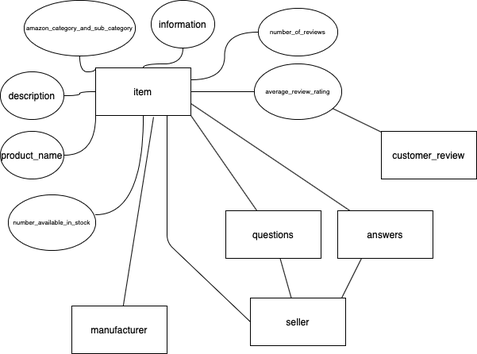
Before: Untitled Diagram.drawio.png, a diagram exported from draw.io (aefrt/database-theory). Source tidied: cells renumbered, new cells last; positions are measured from the earlier drawing's top-left corner, leaving out a move shared by most shapes.
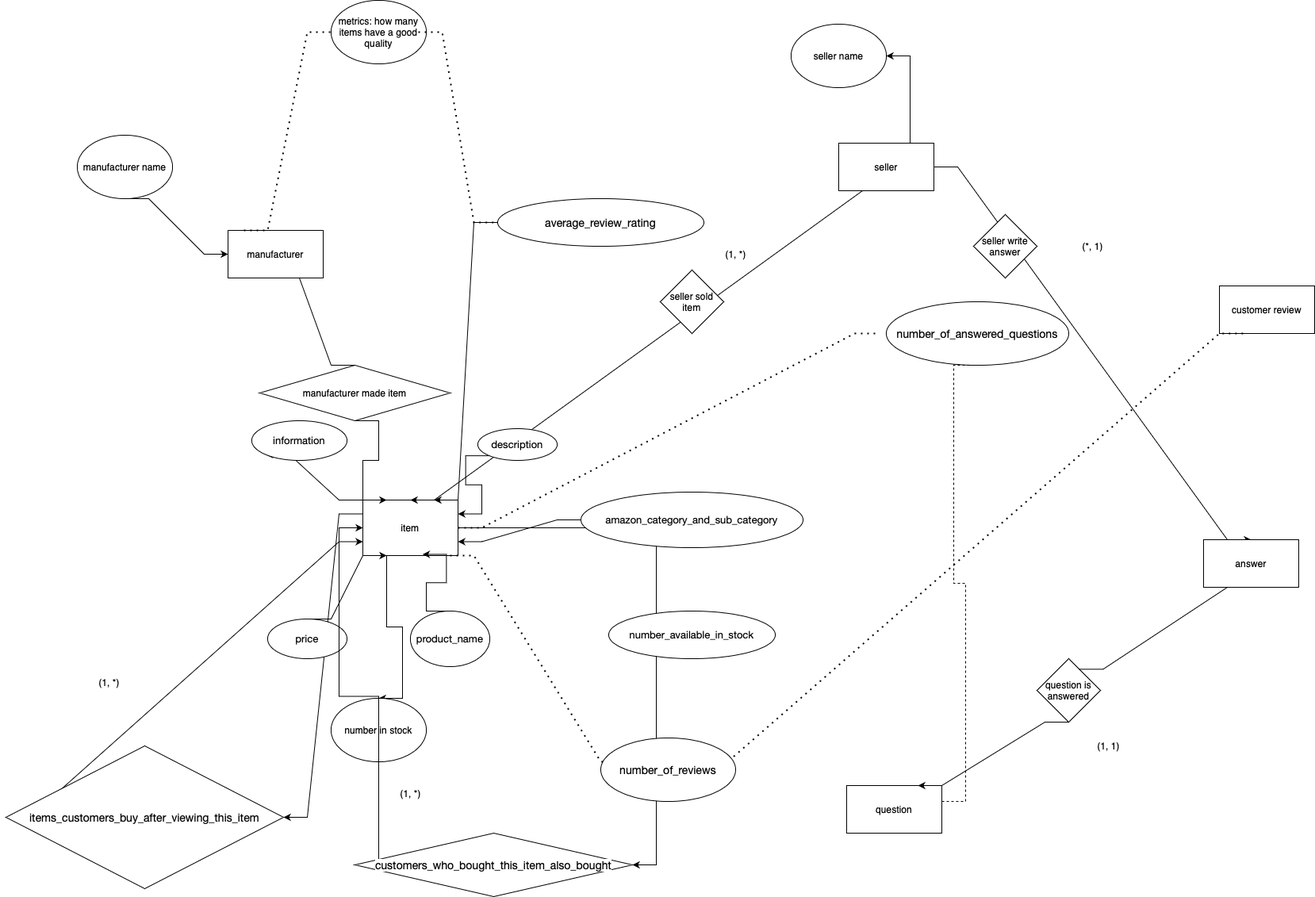
After the change.

Change to the diagram source:
```diff
@@ -2,94 +2,186 @@
   <root>
     <mxCell id="0" />
     <mxCell id="1" parent="0" />
+    <mxCell id="29" style="edgeStyle=entityRelationEdgeStyle;rounded=0;jettySize=auto;html=1;exitX=0;exitY=0;exitDx=0;exitDy=0;entryX=0;entryY=1;entryDx=0;entryDy=0;" parent="1" edge="1" source="2" target="11">
+      <mxGeometry relative="1" as="geometry" />
+    </mxCell>
+    <mxCell id="30" style="edgeStyle=entityRelationEdgeStyle;rounded=0;jettySize=auto;html=1;exitX=0.5;exitY=1;exitDx=0;exitDy=0;entryX=0.5;entryY=0;entryDx=0;entryDy=0;" parent="1" edge="1" source="2" target="44">
+      <mxGeometry relative="1" as="geometry" />
+    </mxCell>
+    <mxCell id="31" style="edgeStyle=entityRelationEdgeStyle;rounded=0;jettySize=auto;html=1;" parent="1" edge="1" source="2" target="51">
+      <mxGeometry relative="1" as="geometry" />
+    </mxCell>
+    <mxCell id="32" style="edgeStyle=entityRelationEdgeStyle;rounded=0;jettySize=auto;html=1;exitX=0;exitY=0.25;exitDx=0;exitDy=0;" parent="1" edge="1" source="2" target="57">
+      <mxGeometry relative="1" as="geometry" />
+    </mxCell>
     <mxCell id="2" value="item" style="rounded=0;whiteSpace=wrap;html=1;" parent="1" vertex="1">
-      <mxGeometry x="120" y="85" width="120" height="60" as="geometry" />
+      <mxGeometry x="170" y="555" width="120" height="70" as="geometry" />
     </mxCell>
-    <mxCell id="3" style="edgeStyle=none;jettySize=auto;html=1;fontSize=8;startArrow=none;startFill=0;endArrow=none;endFill=0;endSize=6;strokeWidth=1;entryX=0.608;entryY=1.033;entryDx=0;entryDy=0;entryPerimeter=0;" parent="1" edge="1" source="4" target="2">
-      <mxGeometry relative="1" as="geometry" />
-    </mxCell>
+    <mxCell id="33" style="edgeStyle=entityRelationEdgeStyle;rounded=0;jettySize=auto;html=1;exitX=0.5;exitY=1;exitDx=0;exitDy=0;entryX=0.25;entryY=0;entryDx=0;entryDy=0;startArrow=none;" parent="1" edge="1" source="42" target="2">
+      <mxGeometry relative="1" as="geometry" />
+    </mxCell>
     <mxCell id="4" value="manufacturer" style="rounded=0;whiteSpace=wrap;html=1;" parent="1" vertex="1">
-      <mxGeometry x="90" y="385" width="120" height="60" as="geometry" />
+      <mxGeometry y="215" width="120" height="60" as="geometry" />
     </mxCell>
-    <mxCell id="5" style="edgeStyle=none;jettySize=auto;html=1;fontSize=8;startArrow=none;startFill=0;endArrow=none;endFill=0;endSize=6;strokeWidth=1;entryX=0.75;entryY=1;entryDx=0;entryDy=0;exitX=0;exitY=0.5;exitDx=0;exitDy=0;" parent="1" edge="1" source="7" target="2">
-      <mxGeometry relative="1" as="geometry">
-        <Array as="points">
-          <mxPoint x="210" y="305" />
-        </Array>
-      </mxGeometry>
+    <mxCell id="5" style="edgeStyle=entityRelationEdgeStyle;rounded=0;jettySize=auto;html=1;exitX=0.5;exitY=1;exitDx=0;exitDy=0;entryX=0.5;entryY=0;entryDx=0;entryDy=0;" parent="1" edge="1" source="7" target="2">
+      <mxGeometry relative="1" as="geometry" />
     </mxCell>
-    <mxCell id="6" style="edgeStyle=none;jettySize=auto;html=1;fontSize=8;startArrow=none;startFill=0;endArrow=none;endFill=0;endSize=6;strokeWidth=1;" parent="1" edge="1" source="7" target="26">
-      <mxGeometry relative="1" as="geometry" />
-    </mxCell>
+    <mxCell id="34" style="edgeStyle=entityRelationEdgeStyle;rounded=0;jettySize=auto;html=1;exitX=1;exitY=0.5;exitDx=0;exitDy=0;entryX=0.5;entryY=0;entryDx=0;entryDy=0;" parent="1" edge="1" source="7" target="39">
+      <mxGeometry relative="1" as="geometry" />
+    </mxCell>
+    <mxCell id="35" style="edgeStyle=entityRelationEdgeStyle;rounded=0;jettySize=auto;html=1;exitX=0.5;exitY=0;exitDx=0;exitDy=0;" parent="1" edge="1" source="7" target="63">
+      <mxGeometry relative="1" as="geometry" />
+    </mxCell>
     <mxCell id="7" value="seller" style="rounded=0;whiteSpace=wrap;html=1;" parent="1" vertex="1">
-      <mxGeometry x="315" y="375" width="120" height="60" as="geometry" />
+      <mxGeometry x="770" y="105" width="120" height="60" as="geometry" />
     </mxCell>
+    <mxCell id="36" value="customer review" style="rounded=0;whiteSpace=wrap;html=1;" parent="1" vertex="1">
+      <mxGeometry x="1250" y="285" width="120" height="60" as="geometry" />
+    </mxCell>
+    <mxCell id="37" value="question" style="rounded=0;whiteSpace=wrap;html=1;" parent="1" vertex="1">
+      <mxGeometry x="780" y="915" width="120" height="60" as="geometry" />
+    </mxCell>
+    <mxCell id="38" style="edgeStyle=entityRelationEdgeStyle;rounded=0;jettySize=auto;html=1;exitX=0.5;exitY=1;exitDx=0;exitDy=0;entryX=0.75;entryY=0;entryDx=0;entryDy=0;startArrow=none;" parent="1" edge="1" source="53" target="37">
+      <mxGeometry relative="1" as="geometry" />
+    </mxCell>
+    <mxCell id="39" value="answer" style="rounded=0;whiteSpace=wrap;html=1;" parent="1" vertex="1">
+      <mxGeometry x="1230" y="605" width="120" height="60" as="geometry" />
+    </mxCell>
+    <mxCell id="15" style="edgeStyle=entityRelationEdgeStyle;rounded=0;jettySize=auto;html=1;exitX=0.5;exitY=0;exitDx=0;exitDy=0;entryX=0.628;entryY=0.978;entryDx=0;entryDy=0;entryPerimeter=0;" parent="1" edge="1" source="16" target="2">
+      <mxGeometry relative="1" as="geometry" />
+    </mxCell>
+    <mxCell id="16" value="&lt;p style=&quot;margin: 0px ; font-stretch: normal ; font-size: 13px ; line-height: normal ; font-family: &amp;#34;helvetica neue&amp;#34;&quot;&gt;product_name&lt;/p&gt;" style="ellipse;whiteSpace=wrap;html=1;" parent="1" vertex="1">
+      <mxGeometry x="230" y="695" width="100" height="70" as="geometry" />
+    </mxCell>
+    <mxCell id="40" style="edgeStyle=entityRelationEdgeStyle;rounded=0;jettySize=auto;html=1;exitX=0.5;exitY=0;exitDx=0;exitDy=0;entryX=0.25;entryY=1;entryDx=0;entryDy=0;" parent="1" edge="1" source="41" target="2">
+      <mxGeometry relative="1" as="geometry" />
+    </mxCell>
+    <mxCell id="41" value="&lt;p style=&quot;margin: 0.0px 0.0px 0.0px 0.0px ; font: 13.0px &amp;quot;helvetica neue&amp;quot;&quot;&gt;price&lt;/p&gt;" style="ellipse;whiteSpace=wrap;html=1;" parent="1" vertex="1">
+      <mxGeometry x="50" y="705" width="100" height="50" as="geometry" />
+    </mxCell>
+    <mxCell id="14" value="&lt;p style=&quot;margin: 0.0px 0.0px 0.0px 0.0px ; font: 13.0px &amp;quot;helvetica neue&amp;quot;&quot;&gt;number_available_in_stock&lt;/p&gt;" style="ellipse;whiteSpace=wrap;html=1;" parent="1" vertex="1">
+      <mxGeometry x="480" y="695" width="210" height="60" as="geometry" />
+    </mxCell>
+    <mxCell id="12" style="edgeStyle=entityRelationEdgeStyle;rounded=0;jettySize=auto;html=1;exitX=0;exitY=0.5;exitDx=0;exitDy=0;entryX=1;entryY=0.75;entryDx=0;entryDy=0;" parent="1" edge="1" source="13" target="2">
+      <mxGeometry relative="1" as="geometry" />
+    </mxCell>
+    <mxCell id="13" value="&lt;p style=&quot;margin: 0.0px 0.0px 0.0px 0.0px ; font: 13.0px &amp;quot;helvetica neue&amp;quot;&quot;&gt;amazon_category_and_sub_category&lt;/p&gt;" style="ellipse;whiteSpace=wrap;html=1;" parent="1" vertex="1">
+      <mxGeometry x="445" y="545" width="280" height="70" as="geometry" />
+    </mxCell>
-    <mxCell id="8" style="edgeStyle=orthogonalEdgeStyle;jettySize=auto;html=1;fontSize=8;entryX=0;entryY=0.5;entryDx=0;entryDy=0;curved=1;endArrow=none;endFill=0;" parent="1" edge="1" source="9" target="2">
+    <mxCell id="8" style="edgeStyle=entityRelationEdgeStyle;rounded=0;jettySize=auto;html=1;exitX=0;exitY=1;exitDx=0;exitDy=0;entryX=1;entryY=0.25;entryDx=0;entryDy=0;" parent="1" edge="1" source="9" target="2">
       <mxGeometry relative="1" as="geometry" />
     </mxCell>
-    <mxCell id="9" value="description" style="ellipse;whiteSpace=wrap;html=1;" parent="1" vertex="1">
-      <mxGeometry y="90" width="80" height="60" as="geometry" />
+    <mxCell id="9" value="&lt;p style=&quot;margin: 0.0px 0.0px 0.0px 0.0px ; font: 13.0px &amp;#34;helvetica neue&amp;#34;&quot;&gt;description&lt;/p&gt;" style="ellipse;whiteSpace=wrap;html=1;" parent="1" vertex="1">
+      <mxGeometry x="315" y="465" width="100" height="40" as="geometry" />
     </mxCell>
-    <mxCell id="10" style="edgeStyle=orthogonalEdgeStyle;jettySize=auto;html=1;fontSize=8;curved=1;endArrow=none;endFill=0;" parent="1" edge="1" source="11" target="2">
-      <mxGeometry relative="1" as="geometry" />
-    </mxCell>
-    <mxCell id="11" value="information" style="ellipse;whiteSpace=wrap;html=1;" parent="1" vertex="1">
-      <mxGeometry x="190" width="80" height="60" as="geometry" />
+    <mxCell id="11" value="&lt;p style=&quot;margin: 0.0px 0.0px 0.0px 0.0px ; font: 13.0px &amp;quot;helvetica neue&amp;quot;&quot;&gt;information&lt;/p&gt;" style="ellipse;whiteSpace=wrap;html=1;" parent="1" vertex="1">
+      <mxGeometry x="30" y="455" width="120" height="50" as="geometry" />
     </mxCell>
-    <mxCell id="12" style="edgeStyle=orthogonalEdgeStyle;jettySize=auto;html=1;fontSize=8;entryX=0;entryY=0;entryDx=0;entryDy=0;curved=1;endArrow=none;endFill=0;" parent="1" edge="1" source="13" target="2">
-      <mxGeometry relative="1" as="geometry" />
-    </mxCell>
-    <mxCell id="13" value="amazon_category_and_sub_category" style="ellipse;whiteSpace=wrap;html=1;fontSize=8;" parent="1" vertex="1">
-      <mxGeometry x="30" width="140" height="70" as="geometry" />
-    </mxCell>
-    <mxCell id="14" value="number_available_in_stock" style="ellipse;whiteSpace=wrap;html=1;fontSize=8;" parent="1" vertex="1">
-      <mxGeometry x="10" y="245" width="110" height="70" as="geometry" />
-    </mxCell>
-    <mxCell id="15" style="edgeStyle=orthogonalEdgeStyle;jettySize=auto;html=1;fontSize=8;entryX=0;entryY=1;entryDx=0;entryDy=0;strokeWidth=1;endSize=6;curved=1;endArrow=none;endFill=0;" parent="1" edge="1" source="16" target="2">
-      <mxGeometry relative="1" as="geometry" />
-    </mxCell>
-    <mxCell id="16" value="product_name" style="ellipse;whiteSpace=wrap;html=1;" parent="1" vertex="1">
-      <mxGeometry y="165" width="80" height="60" as="geometry" />
-    </mxCell>
-    <mxCell id="17" style="edgeStyle=orthogonalEdgeStyle;jettySize=auto;html=1;fontSize=8;curved=1;endArrow=none;endFill=0;entryX=1;entryY=0.357;entryDx=0;entryDy=0;entryPerimeter=0;" parent="1" edge="1" source="2" target="14">
-      <mxGeometry relative="1" as="geometry" />
-    </mxCell>
+    <mxCell id="42" value="manufacturer made item" style="rhombus;whiteSpace=wrap;html=1;" parent="1" vertex="1">
+      <mxGeometry x="40" y="385" width="240" height="70" as="geometry" />
+    </mxCell>
+    <mxCell id="43" style="edgeStyle=entityRelationEdgeStyle;rounded=0;jettySize=auto;html=1;exitX=0.5;exitY=1;exitDx=0;exitDy=0;endArrow=none;" parent="1" edge="1" source="4">
+      <mxGeometry relative="1" as="geometry">
+        <mxPoint x="160" y="385" as="targetPoint" />
+      </mxGeometry>
+    </mxCell>
+    <mxCell id="44" value="number in stock" style="ellipse;whiteSpace=wrap;html=1;" parent="1" vertex="1">
+      <mxGeometry x="130" y="805" width="120" height="80" as="geometry" />
+    </mxCell>
+    <mxCell id="45" style="endArrow=none;dashed=1;html=1;dashPattern=1 3;strokeWidth=2;rounded=0;edgeStyle=entityRelationEdgeStyle;" parent="1" edge="1">
+      <mxGeometry relative="1" as="geometry">
+        <mxPoint x="600" y="885" as="sourcePoint" />
+        <mxPoint x="1280" y="345" as="targetPoint" />
+      </mxGeometry>
+    </mxCell>
+    <mxCell id="46" style="endArrow=none;dashed=1;html=1;dashPattern=1 3;strokeWidth=2;rounded=0;edgeStyle=entityRelationEdgeStyle;" parent="1" edge="1">
+      <mxGeometry relative="1" as="geometry">
+        <mxPoint x="280" y="625" as="sourcePoint" />
+        <mxPoint x="500" y="885" as="targetPoint" />
+      </mxGeometry>
+    </mxCell>
+    <mxCell id="21" value="&lt;span style=&quot;font-style: normal ; letter-spacing: normal ; text-indent: 0px ; text-transform: none ; word-spacing: 0px ; text-decoration: none ; color: rgb(0 , 0 , 0) ; font-family: &amp;#34;helvetica neue&amp;#34; , &amp;#34;helvetica&amp;#34; , &amp;#34;arial&amp;#34; , sans-serif ; font-size: 14px ; text-align: left ; background-color: rgb(255 , 255 , 255) ; float: none ; display: inline&quot;&gt;number_of_reviews&lt;/span&gt;" style="ellipse;whiteSpace=wrap;html=1;" parent="1" vertex="1">
+      <mxGeometry x="470" y="855" width="170" height="80" as="geometry" />
+    </mxCell>
+    <mxCell id="47" style="endArrow=none;dashed=1;html=1;dashPattern=1 3;strokeWidth=2;rounded=0;edgeStyle=entityRelationEdgeStyle;exitX=1;exitY=0.5;exitDx=0;exitDy=0;" parent="1" edge="1" source="2">
+      <mxGeometry relative="1" as="geometry">
+        <mxPoint x="820" y="345" as="targetPoint" />
+      </mxGeometry>
+    </mxCell>
+    <mxCell id="48" value="&lt;span style=&quot;font-style: normal ; letter-spacing: normal ; text-indent: 0px ; text-transform: none ; word-spacing: 0px ; text-decoration: none ; color: rgb(0 , 0 , 0) ; font-family: &amp;#34;helvetica neue&amp;#34; , &amp;#34;helvetica&amp;#34; , &amp;#34;arial&amp;#34; , sans-serif ; font-size: 14px ; text-align: left ; background-color: rgb(255 , 255 , 255) ; float: none ; display: inline&quot;&gt;number_of_answered_questions&lt;/span&gt;" style="ellipse;whiteSpace=wrap;html=1;" parent="1" vertex="1">
+      <mxGeometry x="830" y="305" width="230" height="80" as="geometry" />
+    </mxCell>
+    <mxCell id="49" style="endArrow=none;dashed=1;html=1;rounded=0;edgeStyle=entityRelationEdgeStyle;entryX=0.5;entryY=1;entryDx=0;entryDy=0;" parent="1" edge="1" target="48">
+      <mxGeometry relative="1" as="geometry">
+        <mxPoint x="900" y="935" as="sourcePoint" />
+      </mxGeometry>
+    </mxCell>
-    <mxCell id="18" style="jettySize=auto;html=1;fontSize=8;startArrow=none;startFill=0;endArrow=none;endFill=0;" parent="1" edge="1" source="19" target="2">
+    <mxCell id="18" style="edgeStyle=entityRelationEdgeStyle;rounded=0;jettySize=auto;html=1;entryX=0.75;entryY=0;entryDx=0;entryDy=0;" parent="1" edge="1" source="19" target="2">
       <mxGeometry relative="1" as="geometry" />
     </mxCell>
-    <mxCell id="19" value="average_review_rating" style="ellipse;whiteSpace=wrap;html=1;fontSize=8;" parent="1" vertex="1">
-      <mxGeometry x="320" y="80" width="110" height="70" as="geometry" />
+    <mxCell id="19" value="&lt;span style=&quot;font-style: normal ; letter-spacing: normal ; text-indent: 0px ; text-transform: none ; word-spacing: 0px ; text-decoration: none ; color: rgb(0 , 0 , 0) ; font-family: &amp;#34;helvetica neue&amp;#34; , &amp;#34;helvetica&amp;#34; , &amp;#34;arial&amp;#34; , sans-serif ; font-size: 14px ; text-align: left ; background-color: rgb(255 , 255 , 255) ; float: none ; display: inline&quot;&gt;average_review_rating&lt;/span&gt;" style="ellipse;whiteSpace=wrap;html=1;" parent="1" vertex="1">
+      <mxGeometry x="340" y="175" width="260" height="60" as="geometry" />
     </mxCell>
-    <mxCell id="20" style="edgeStyle=orthogonalEdgeStyle;jettySize=auto;html=1;fontSize=8;entryX=1;entryY=0.25;entryDx=0;entryDy=0;curved=1;endArrow=none;endFill=0;" parent="1" edge="1" source="21" target="2">
-      <mxGeometry relative="1" as="geometry" />
-    </mxCell>
-    <mxCell id="21" value="number_of_reviews" style="ellipse;whiteSpace=wrap;html=1;fontSize=8;" parent="1" vertex="1">
-      <mxGeometry x="325" y="10" width="100" height="60" as="geometry" />
-    </mxCell>
-    <mxCell id="22" style="edgeStyle=none;jettySize=auto;html=1;fontSize=8;startArrow=none;startFill=0;endArrow=none;endFill=0;endSize=6;strokeWidth=1;" parent="1" edge="1" source="23" target="19">
-      <mxGeometry relative="1" as="geometry" />
-    </mxCell>
-    <mxCell id="23" value="customer_review" style="rounded=0;whiteSpace=wrap;html=1;" parent="1" vertex="1">
-      <mxGeometry x="480" y="165" width="120" height="60" as="geometry" />
-    </mxCell>
-    <mxCell id="24" style="edgeStyle=none;jettySize=auto;html=1;fontSize=8;startArrow=none;startFill=0;endArrow=none;endFill=0;endSize=6;strokeWidth=1;entryX=1;entryY=1;entryDx=0;entryDy=0;" parent="1" edge="1" source="26" target="2">
-      <mxGeometry relative="1" as="geometry" />
-    </mxCell>
-    <mxCell id="25" style="edgeStyle=none;jettySize=auto;html=1;fontSize=8;startArrow=none;startFill=0;endArrow=none;endFill=0;endSize=6;strokeWidth=1;exitX=0.25;exitY=1;exitDx=0;exitDy=0;" parent="1" edge="1" source="28" target="7">
-      <mxGeometry relative="1" as="geometry">
-        <Array as="points">
-          <mxPoint x="430" y="375" />
-        </Array>
-      </mxGeometry>
-    </mxCell>
-    <mxCell id="26" value="questions" style="rounded=0;whiteSpace=wrap;html=1;" parent="1" vertex="1">
-      <mxGeometry x="284" y="265" width="120" height="60" as="geometry" />
-    </mxCell>
-    <mxCell id="27" style="edgeStyle=none;jettySize=auto;html=1;fontSize=8;startArrow=none;startFill=0;endArrow=none;endFill=0;endSize=6;strokeWidth=1;entryX=1;entryY=0.75;entryDx=0;entryDy=0;" parent="1" edge="1" source="28" target="2">
-      <mxGeometry relative="1" as="geometry" />
-    </mxCell>
-    <mxCell id="28" value="answers" style="rounded=0;whiteSpace=wrap;html=1;" parent="1" vertex="1">
-      <mxGeometry x="425" y="265" width="120" height="60" as="geometry" />
-    </mxCell>
+    <mxCell id="50" style="edgeStyle=entityRelationEdgeStyle;rounded=0;jettySize=auto;html=1;exitX=0;exitY=0.5;exitDx=0;exitDy=0;entryX=0;entryY=0.5;entryDx=0;entryDy=0;" parent="1" edge="1" source="51" target="2">
+      <mxGeometry relative="1" as="geometry" />
+    </mxCell>
+    <mxCell id="51" value="&lt;span style=&quot;font-style: normal ; letter-spacing: normal ; text-indent: 0px ; text-transform: none ; word-spacing: 0px ; text-decoration: none ; color: rgb(0 , 0 , 0) ; font-family: &amp;#34;helvetica neue&amp;#34; , &amp;#34;helvetica&amp;#34; , &amp;#34;arial&amp;#34; , sans-serif ; font-size: 14px ; text-align: left ; background-color: rgb(255 , 255 , 255) ; float: none ; display: inline&quot;&gt;customers_who_bought_this_item_also_bought&lt;/span&gt;" style="rhombus;whiteSpace=wrap;html=1;" parent="1" vertex="1">
+      <mxGeometry x="160" y="975" width="350" height="80" as="geometry" />
+    </mxCell>
+    <mxCell id="52" value="seller sold item" style="rhombus;whiteSpace=wrap;html=1;" parent="1" vertex="1">
+      <mxGeometry x="545" y="265" width="80" height="80" as="geometry" />
+    </mxCell>
+    <mxCell id="53" value="question is answered" style="rhombus;whiteSpace=wrap;html=1;" parent="1" vertex="1">
+      <mxGeometry x="1020" y="755" width="80" height="80" as="geometry" />
+    </mxCell>
+    <mxCell id="54" style="edgeStyle=entityRelationEdgeStyle;rounded=0;jettySize=auto;html=1;exitX=0.5;exitY=1;exitDx=0;exitDy=0;entryX=0.75;entryY=0;entryDx=0;entryDy=0;endArrow=none;" parent="1" edge="1" source="39" target="53">
+      <mxGeometry relative="1" as="geometry" />
+    </mxCell>
+    <mxCell id="55" value="seller write answer" style="rhombus;whiteSpace=wrap;html=1;" parent="1" vertex="1">
+      <mxGeometry x="940" y="195" width="80" height="80" as="geometry" />
+    </mxCell>
+    <mxCell id="56" style="edgeStyle=entityRelationEdgeStyle;rounded=0;jettySize=auto;html=1;exitX=0;exitY=0.5;exitDx=0;exitDy=0;entryX=0;entryY=0.75;entryDx=0;entryDy=0;" parent="1" edge="1" source="57" target="2">
+      <mxGeometry relative="1" as="geometry" />
+    </mxCell>
+    <mxCell id="57" value="&lt;span style=&quot;font-style: normal ; letter-spacing: normal ; text-indent: 0px ; text-transform: none ; word-spacing: 0px ; text-decoration: none ; color: rgb(0 , 0 , 0) ; font-family: &amp;#34;helvetica neue&amp;#34; , &amp;#34;helvetica&amp;#34; , &amp;#34;arial&amp;#34; , sans-serif ; font-size: 14px ; text-align: left ; background-color: rgb(255 , 255 , 255) ; float: none ; display: inline&quot;&gt;items_customers_buy_after_viewing_this_item&lt;/span&gt;" style="rhombus;whiteSpace=wrap;html=1;" parent="1" vertex="1">
+      <mxGeometry x="-280" y="865" width="350" height="180" as="geometry" />
+    </mxCell>
+    <mxCell id="58" style="endArrow=none;dashed=1;html=1;dashPattern=1 3;strokeWidth=2;rounded=0;edgeStyle=entityRelationEdgeStyle;" parent="1" edge="1" target="59">
+      <mxGeometry relative="1" as="geometry">
+        <mxPoint x="20" y="215" as="sourcePoint" />
+      </mxGeometry>
+    </mxCell>
+    <mxCell id="59" value="metrics: how many items have a good quality" style="ellipse;whiteSpace=wrap;html=1;" parent="1" vertex="1">
+      <mxGeometry x="130" y="-75" width="120" height="80" as="geometry" />
+    </mxCell>
+    <mxCell id="60" style="endArrow=none;dashed=1;html=1;dashPattern=1 3;strokeWidth=2;rounded=0;edgeStyle=entityRelationEdgeStyle;" parent="1" edge="1" target="19">
+      <mxGeometry relative="1" as="geometry">
+        <mxPoint x="240" y="-35" as="sourcePoint" />
+      </mxGeometry>
+    </mxCell>
+    <mxCell id="61" style="edgeStyle=entityRelationEdgeStyle;rounded=0;jettySize=auto;html=1;exitX=0.5;exitY=1;exitDx=0;exitDy=0;entryX=0;entryY=0.5;entryDx=0;entryDy=0;" parent="1" edge="1" source="62" target="4">
+      <mxGeometry relative="1" as="geometry" />
+    </mxCell>
+    <mxCell id="62" value="manufacturer name" style="ellipse;whiteSpace=wrap;html=1;" parent="1" vertex="1">
+      <mxGeometry x="-190" y="95" width="120" height="80" as="geometry" />
+    </mxCell>
+    <mxCell id="63" value="seller name" style="ellipse;whiteSpace=wrap;html=1;" parent="1" vertex="1">
+      <mxGeometry x="710" y="-45" width="120" height="80" as="geometry" />
+    </mxCell>
+    <mxCell id="64" value="(1, *)" style="text;html=1;align=center;verticalAlign=middle;fillColor=none;strokeColor=none;rounded=0;" parent="1" vertex="1">
+      <mxGeometry x="-170" y="775" width="40" height="20" as="geometry" />
+    </mxCell>
+    <mxCell id="65" value="(1, *)" style="text;html=1;align=center;verticalAlign=middle;fillColor=none;strokeColor=none;rounded=0;" parent="1" vertex="1">
+      <mxGeometry x="210" y="915" width="40" height="20" as="geometry" />
+    </mxCell>
+    <mxCell id="66" value="(1, 1)" style="text;html=1;align=center;verticalAlign=middle;fillColor=none;strokeColor=none;rounded=0;" parent="1" vertex="1">
+      <mxGeometry x="1090" y="855" width="40" height="20" as="geometry" />
+    </mxCell>
+    <mxCell id="67" value="(*, 1)" style="text;html=1;align=center;verticalAlign=middle;fillColor=none;strokeColor=none;rounded=0;" parent="1" vertex="1">
+      <mxGeometry x="1070" y="225" width="40" height="20" as="geometry" />
+    </mxCell>
+    <mxCell id="68" value="(1, *)" style="text;html=1;align=center;verticalAlign=middle;fillColor=none;strokeColor=none;rounded=0;" parent="1" vertex="1">
+      <mxGeometry x="620" y="235" width="40" height="20" as="geometry" />
+    </mxCell>
   </root>
 </mxGraphModel>
```
